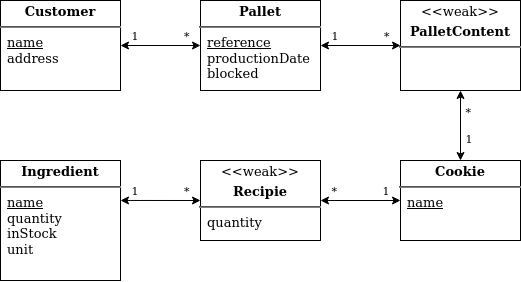
Before: Project/er-model.png, a diagram exported from draw.io (o-uggla/EDAF75). Source tidied: cells renumbered, new cells last; positions are measured from the earlier drawing's top-left corner, leaving out a move shared by most shapes. The source it was exported from:
```xml
<mxGraphModel>
  <root>
    <mxCell id="0" />
    <mxCell id="1" parent="0" />
    <mxCell id="2" value="&lt;p style=&quot;margin: 4px 0px 0px ; text-align: center ; font-size: 13px&quot;&gt;&lt;font style=&quot;font-size: 13px&quot;&gt;&lt;b&gt;Customer&lt;/b&gt;&lt;/font&gt;&lt;/p&gt;&lt;hr style=&quot;font-size: 13px&quot;&gt;&lt;p style=&quot;margin: 0px 0px 0px 8px ; text-align: left ; font-size: 13px&quot;&gt;&lt;u&gt;&lt;font style=&quot;font-size: 13px&quot;&gt;name&lt;/font&gt;&lt;/u&gt;&lt;/p&gt;&lt;p style=&quot;margin: 0px 0px 0px 8px ; text-align: left ; font-size: 13px&quot;&gt;&lt;font style=&quot;font-size: 13px&quot;&gt;address&lt;br&gt;&lt;/font&gt;&lt;/p&gt;" style="shape=rect;html=1;overflow=fill;whiteSpace=wrap;" parent="1" vertex="1">
      <mxGeometry width="120" height="90" as="geometry" />
    </mxCell>
    <mxCell id="3" value="*&amp;nbsp;&amp;nbsp; &amp;nbsp;&amp;nbsp;&amp;nbsp;&amp;nbsp;&amp;nbsp;&amp;nbsp;&amp;nbsp;&amp;nbsp;&amp;nbsp; 1" style="edgeStyle=orthogonalEdgeStyle;rounded=0;jettySize=auto;html=1;exitX=0;exitY=0.5;exitDx=0;exitDy=0;entryX=1;entryY=0.5;entryDx=0;entryDy=0;labelBackgroundColor=none;startArrow=classic;startFill=1;align=center;verticalAlign=bottom;" parent="1" edge="1" source="4" target="7">
      <mxGeometry relative="1" as="geometry" />
    </mxCell>
    <mxCell id="4" value="&lt;p style=&quot;margin: 4px 0px 0px ; text-align: center ; font-size: 13px&quot;&gt;&lt;b&gt;Cookie&lt;/b&gt;&lt;br&gt;&lt;/p&gt;&lt;hr style=&quot;font-size: 13px&quot;&gt;&lt;p style=&quot;margin: 0px 0px 0px 8px ; text-align: left ; font-size: 13px&quot;&gt;&lt;u&gt;&lt;font style=&quot;font-size: 13px&quot;&gt;name&lt;/font&gt;&lt;/u&gt;&lt;/p&gt;" style="shape=rect;html=1;overflow=fill;whiteSpace=wrap;" parent="1" vertex="1">
      <mxGeometry x="400" y="160" width="120" height="80" as="geometry" />
    </mxCell>
    <mxCell id="5" value="&lt;p style=&quot;margin: 4px 0px 0px ; text-align: center ; font-size: 13px&quot;&gt;&lt;b&gt;Ingredient&lt;/b&gt;&lt;br&gt;&lt;/p&gt;&lt;hr style=&quot;font-size: 13px&quot;&gt;&lt;p style=&quot;margin: 0px 0px 0px 8px ; text-align: left ; font-size: 13px&quot;&gt;&lt;u&gt;&lt;font style=&quot;font-size: 13px&quot;&gt;name&lt;/font&gt;&lt;/u&gt;&lt;/p&gt;&lt;p style=&quot;margin: 0px 0px 0px 8px ; text-align: left ; font-size: 13px&quot;&gt;&lt;font style=&quot;font-size: 13px&quot;&gt;quantity&lt;/font&gt;&lt;/p&gt;&lt;p style=&quot;margin: 0px 0px 0px 8px ; text-align: left ; font-size: 13px&quot;&gt;&lt;font style=&quot;font-size: 13px&quot;&gt;inStock&lt;/font&gt;&lt;/p&gt;&lt;p style=&quot;margin: 0px 0px 0px 8px ; text-align: left ; font-size: 13px&quot;&gt;&lt;font style=&quot;font-size: 13px&quot;&gt;unit&lt;br&gt;&lt;/font&gt;&lt;/p&gt;" style="shape=rect;html=1;overflow=fill;whiteSpace=wrap;" parent="1" vertex="1">
      <mxGeometry y="160" width="120" height="120" as="geometry" />
    </mxCell>
    <mxCell id="6" value="1&amp;nbsp;&amp;nbsp; &amp;nbsp;&amp;nbsp;&amp;nbsp;&amp;nbsp;&amp;nbsp;&amp;nbsp;&amp;nbsp;&amp;nbsp;&amp;nbsp; *" style="edgeStyle=orthogonalEdgeStyle;rounded=0;jettySize=auto;html=1;exitX=0;exitY=0.5;exitDx=0;exitDy=0;labelBackgroundColor=none;startArrow=classic;startFill=1;align=center;verticalAlign=bottom;entryX=1;entryY=0.333;entryDx=0;entryDy=0;entryPerimeter=0;" parent="1" edge="1" source="7" target="5">
      <mxGeometry relative="1" as="geometry" />
    </mxCell>
    <mxCell id="7" value="&lt;p style=&quot;margin: 4px 0px 0px ; text-align: center ; font-size: 13px&quot;&gt;&amp;lt;&amp;lt;weak&amp;gt;&amp;gt;&lt;b&gt;&lt;br&gt;&lt;/b&gt;&lt;/p&gt;&lt;p style=&quot;margin: 4px 0px 0px ; text-align: center ; font-size: 13px&quot;&gt;&lt;b&gt;Recipie&lt;/b&gt;&lt;br&gt;&lt;/p&gt;&lt;hr style=&quot;font-size: 13px&quot;&gt;&lt;p style=&quot;margin: 0px 0px 0px 8px ; text-align: left ; font-size: 13px&quot;&gt;&lt;font style=&quot;font-size: 13px&quot;&gt;quantity&lt;/font&gt;&lt;/p&gt;&lt;p style=&quot;margin: 0px 0px 0px 8px ; text-align: left ; font-size: 13px&quot;&gt;&lt;font style=&quot;font-size: 13px&quot;&gt;&lt;br&gt;&lt;/font&gt;&lt;/p&gt;" style="shape=rect;html=1;overflow=fill;whiteSpace=wrap;" parent="1" vertex="1">
      <mxGeometry x="200" y="160" width="120" height="80" as="geometry" />
    </mxCell>
    <mxCell id="8" value="1&amp;nbsp;&amp;nbsp; &amp;nbsp;&amp;nbsp;&amp;nbsp;&amp;nbsp;&amp;nbsp;&amp;nbsp;&amp;nbsp;&amp;nbsp;&amp;nbsp; *" style="edgeStyle=orthogonalEdgeStyle;rounded=0;jettySize=auto;html=1;exitX=1;exitY=0.5;exitDx=0;exitDy=0;entryX=0;entryY=0.5;entryDx=0;entryDy=0;labelBackgroundColor=none;startArrow=classic;startFill=1;align=center;verticalAlign=bottom;horizontal=1;" parent="1" edge="1" source="10" target="12">
      <mxGeometry relative="1" as="geometry" />
    </mxCell>
    <mxCell id="9" value="1&amp;nbsp;&amp;nbsp; &amp;nbsp;&amp;nbsp;&amp;nbsp;&amp;nbsp;&amp;nbsp;&amp;nbsp;&amp;nbsp;&amp;nbsp;&amp;nbsp; *" style="edgeStyle=orthogonalEdgeStyle;rounded=0;jettySize=auto;html=1;exitX=0;exitY=0.5;exitDx=0;exitDy=0;entryX=1;entryY=0.5;entryDx=0;entryDy=0;labelBackgroundColor=none;startArrow=classic;startFill=1;align=center;verticalAlign=bottom;" parent="1" edge="1" source="10" target="2">
      <mxGeometry relative="1" as="geometry" />
    </mxCell>
    <mxCell id="10" value="&lt;p style=&quot;margin: 4px 0px 0px ; text-align: center ; font-size: 13px&quot;&gt;&lt;b&gt;Pallet&lt;/b&gt;&lt;br&gt;&lt;/p&gt;&lt;hr style=&quot;font-size: 13px&quot;&gt;&lt;p style=&quot;margin: 0px 0px 0px 8px ; text-align: left ; font-size: 13px&quot;&gt;&lt;font style=&quot;font-size: 13px&quot;&gt;&lt;u&gt;reference&lt;/u&gt;&lt;br&gt;&lt;/font&gt;&lt;/p&gt;&lt;p style=&quot;margin: 0px 0px 0px 8px ; text-align: left ; font-size: 13px&quot;&gt;&lt;font style=&quot;font-size: 13px&quot;&gt;productionDate&lt;/font&gt;&lt;/p&gt;&lt;p style=&quot;margin: 0px 0px 0px 8px ; text-align: left ; font-size: 13px&quot;&gt;&lt;font style=&quot;font-size: 13px&quot;&gt;blocked&lt;br&gt;&lt;/font&gt;&lt;/p&gt;" style="shape=rect;html=1;overflow=fill;whiteSpace=wrap;" parent="1" vertex="1">
      <mxGeometry x="200" width="120" height="90" as="geometry" />
    </mxCell>
    <mxCell id="11" value="&amp;nbsp;*&lt;br&gt;&lt;br&gt;&amp;nbsp;1" style="edgeStyle=orthogonalEdgeStyle;rounded=0;jettySize=auto;html=1;exitX=0.5;exitY=1;exitDx=0;exitDy=0;startArrow=classic;startFill=1;labelBackgroundColor=none;verticalAlign=middle;align=left;" parent="1" edge="1" source="12" target="4">
      <mxGeometry relative="1" as="geometry" />
    </mxCell>
    <mxCell id="12" value="&lt;p style=&quot;margin: 4px 0px 0px ; text-align: center ; font-size: 13px&quot;&gt;&amp;lt;&amp;lt;weak&amp;gt;&amp;gt;&lt;b&gt;&lt;br&gt;&lt;/b&gt;&lt;/p&gt;&lt;p style=&quot;margin: 4px 0px 0px ; text-align: center ; font-size: 13px&quot;&gt;&lt;b&gt;PalletContent&lt;/b&gt;&lt;br&gt;&lt;/p&gt;&lt;hr style=&quot;font-size: 13px&quot;&gt;" style="shape=rect;html=1;overflow=fill;whiteSpace=wrap;" parent="1" vertex="1">
      <mxGeometry x="400" width="120" height="90" as="geometry" />
    </mxCell>
    <mxCell id="13" style="edgeStyle=orthogonalEdgeStyle;rounded=0;orthogonalLoop=1;jettySize=auto;html=1;exitX=0.5;exitY=1;exitDx=0;exitDy=0;dashed=1;" parent="1" edge="1" source="7" target="7">
      <mxGeometry relative="1" as="geometry" />
    </mxCell>
    <mxCell id="14" style="edgeStyle=orthogonalEdgeStyle;rounded=0;orthogonalLoop=1;jettySize=auto;html=1;exitX=0.5;exitY=1;exitDx=0;exitDy=0;labelBackgroundColor=none;startArrow=classic;startFill=1;align=left;" parent="1" edge="1" source="10" target="10">
      <mxGeometry relative="1" as="geometry" />
    </mxCell>
  </root>
</mxGraphModel>
```
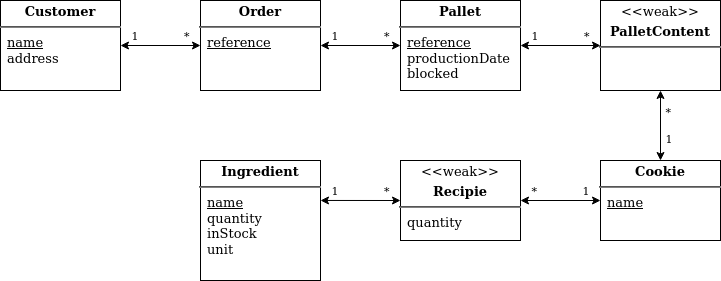
The same diagram one commit later.

Change to the diagram source:
```diff
@@ -3,7 +3,7 @@
     <mxCell id="0" />
     <mxCell id="1" parent="0" />
     <mxCell id="2" value="&lt;p style=&quot;margin: 4px 0px 0px ; text-align: center ; font-size: 13px&quot;&gt;&lt;font style=&quot;font-size: 13px&quot;&gt;&lt;b&gt;Customer&lt;/b&gt;&lt;/font&gt;&lt;/p&gt;&lt;hr style=&quot;font-size: 13px&quot;&gt;&lt;p style=&quot;margin: 0px 0px 0px 8px ; text-align: left ; font-size: 13px&quot;&gt;&lt;u&gt;&lt;font style=&quot;font-size: 13px&quot;&gt;name&lt;/font&gt;&lt;/u&gt;&lt;/p&gt;&lt;p style=&quot;margin: 0px 0px 0px 8px ; text-align: left ; font-size: 13px&quot;&gt;&lt;font style=&quot;font-size: 13px&quot;&gt;address&lt;br&gt;&lt;/font&gt;&lt;/p&gt;" style="shape=rect;html=1;overflow=fill;whiteSpace=wrap;" parent="1" vertex="1">
-      <mxGeometry width="120" height="90" as="geometry" />
+      <mxGeometry x="-200" width="120" height="90" as="geometry" />
     </mxCell>
     <mxCell id="3" value="*&amp;nbsp;&amp;nbsp; &amp;nbsp;&amp;nbsp;&amp;nbsp;&amp;nbsp;&amp;nbsp;&amp;nbsp;&amp;nbsp;&amp;nbsp;&amp;nbsp; 1" style="edgeStyle=orthogonalEdgeStyle;rounded=0;jettySize=auto;html=1;exitX=0;exitY=0.5;exitDx=0;exitDy=0;entryX=1;entryY=0.5;entryDx=0;entryDy=0;labelBackgroundColor=none;startArrow=classic;startFill=1;align=center;verticalAlign=bottom;" parent="1" edge="1" source="4" target="7">
       <mxGeometry relative="1" as="geometry" />
@@ -23,8 +23,10 @@
     <mxCell id="8" value="1&amp;nbsp;&amp;nbsp; &amp;nbsp;&amp;nbsp;&amp;nbsp;&amp;nbsp;&amp;nbsp;&amp;nbsp;&amp;nbsp;&amp;nbsp;&amp;nbsp; *" style="edgeStyle=orthogonalEdgeStyle;rounded=0;jettySize=auto;html=1;exitX=1;exitY=0.5;exitDx=0;exitDy=0;entryX=0;entryY=0.5;entryDx=0;entryDy=0;labelBackgroundColor=none;startArrow=classic;startFill=1;align=center;verticalAlign=bottom;horizontal=1;" parent="1" edge="1" source="10" target="12">
       <mxGeometry relative="1" as="geometry" />
     </mxCell>
-    <mxCell id="9" value="1&amp;nbsp;&amp;nbsp; &amp;nbsp;&amp;nbsp;&amp;nbsp;&amp;nbsp;&amp;nbsp;&amp;nbsp;&amp;nbsp;&amp;nbsp;&amp;nbsp; *" style="edgeStyle=orthogonalEdgeStyle;rounded=0;jettySize=auto;html=1;exitX=0;exitY=0.5;exitDx=0;exitDy=0;entryX=1;entryY=0.5;entryDx=0;entryDy=0;labelBackgroundColor=none;startArrow=classic;startFill=1;align=center;verticalAlign=bottom;" parent="1" edge="1" source="10" target="2">
-      <mxGeometry relative="1" as="geometry" />
+    <mxCell id="9" value="1&amp;nbsp;&amp;nbsp; &amp;nbsp;&amp;nbsp;&amp;nbsp;&amp;nbsp;&amp;nbsp;&amp;nbsp;&amp;nbsp;&amp;nbsp;&amp;nbsp; *" style="edgeStyle=orthogonalEdgeStyle;rounded=0;jettySize=auto;html=1;entryX=1;entryY=0.5;entryDx=0;entryDy=0;labelBackgroundColor=none;startArrow=classic;startFill=1;align=center;verticalAlign=bottom;" parent="1" edge="1" target="2">
+      <mxGeometry relative="1" as="geometry">
+        <mxPoint y="45" as="sourcePoint" />
+      </mxGeometry>
     </mxCell>
     <mxCell id="10" value="&lt;p style=&quot;margin: 4px 0px 0px ; text-align: center ; font-size: 13px&quot;&gt;&lt;b&gt;Pallet&lt;/b&gt;&lt;br&gt;&lt;/p&gt;&lt;hr style=&quot;font-size: 13px&quot;&gt;&lt;p style=&quot;margin: 0px 0px 0px 8px ; text-align: left ; font-size: 13px&quot;&gt;&lt;font style=&quot;font-size: 13px&quot;&gt;&lt;u&gt;reference&lt;/u&gt;&lt;br&gt;&lt;/font&gt;&lt;/p&gt;&lt;p style=&quot;margin: 0px 0px 0px 8px ; text-align: left ; font-size: 13px&quot;&gt;&lt;font style=&quot;font-size: 13px&quot;&gt;productionDate&lt;/font&gt;&lt;/p&gt;&lt;p style=&quot;margin: 0px 0px 0px 8px ; text-align: left ; font-size: 13px&quot;&gt;&lt;font style=&quot;font-size: 13px&quot;&gt;blocked&lt;br&gt;&lt;/font&gt;&lt;/p&gt;" style="shape=rect;html=1;overflow=fill;whiteSpace=wrap;" parent="1" vertex="1">
       <mxGeometry x="200" width="120" height="90" as="geometry" />
@@ -41,5 +43,11 @@
     <mxCell id="14" style="edgeStyle=orthogonalEdgeStyle;rounded=0;orthogonalLoop=1;jettySize=auto;html=1;exitX=0.5;exitY=1;exitDx=0;exitDy=0;labelBackgroundColor=none;startArrow=classic;startFill=1;align=left;" parent="1" edge="1" source="10" target="10">
       <mxGeometry relative="1" as="geometry" />
     </mxCell>
+    <mxCell id="15" value="&lt;p style=&quot;margin: 4px 0px 0px ; text-align: center ; font-size: 13px&quot;&gt;&lt;font style=&quot;font-size: 13px&quot;&gt;&lt;b&gt;Order&lt;/b&gt;&lt;/font&gt;&lt;/p&gt;&lt;hr style=&quot;font-size: 13px&quot;&gt;&lt;p style=&quot;margin: 0px 0px 0px 8px ; text-align: left ; font-size: 13px&quot;&gt;&lt;u&gt;&lt;font style=&quot;font-size: 13px&quot;&gt;reference&lt;/font&gt;&lt;/u&gt;&lt;/p&gt;" style="shape=rect;html=1;overflow=fill;whiteSpace=wrap;" parent="1" vertex="1">
+      <mxGeometry width="120" height="90" as="geometry" />
+    </mxCell>
+    <mxCell id="16" value="1&amp;nbsp;&amp;nbsp; &amp;nbsp;&amp;nbsp;&amp;nbsp;&amp;nbsp;&amp;nbsp;&amp;nbsp;&amp;nbsp;&amp;nbsp;&amp;nbsp; *" style="edgeStyle=orthogonalEdgeStyle;rounded=0;jettySize=auto;html=1;entryX=1;entryY=0.5;entryDx=0;entryDy=0;labelBackgroundColor=none;startArrow=classic;startFill=1;align=center;verticalAlign=bottom;exitX=0;exitY=0.5;exitDx=0;exitDy=0;" parent="1" edge="1" source="10" target="15">
+      <mxGeometry relative="1" as="geometry" />
+    </mxCell>
   </root>
 </mxGraphModel>
```
